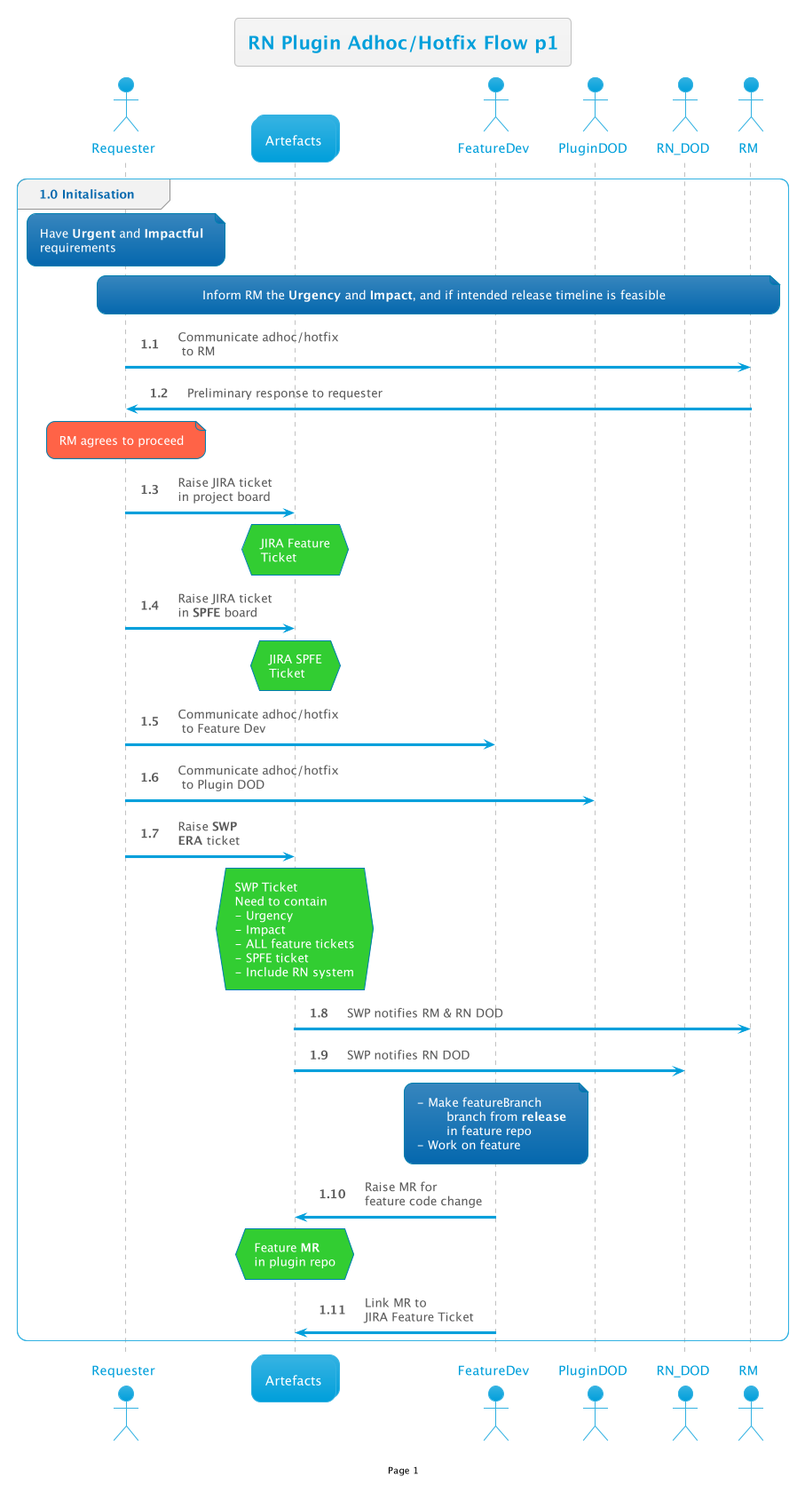
Above: out/RNReview/AdhocHotfixFlow/1/1.png in thetomitomo/diagrams (PlantUML), before the change. Its diagram source:
```plantuml
@startuml

!$AutonumStart = 1

!include __init__

group 1.0 Initalisation
    note over req: Have <b>Urgent</b> and <b>Impactful</b>\nrequirements
    note over req,RM: Inform RM the <b>Urgency</b> and <b>Impact</b>, and if intended release timeline is feasible
    req -> RM: Communicate adhoc/hotfix\n to RM
    RM -> req: Preliminary response to requester
    note over req#Tomato: RM agrees to proceed
    req -> Art : Raise JIRA ticket\nin project board
    hnote over Art#LimeGreen: JIRA Feature\nTicket

    req -> Art : Raise JIRA ticket\nin <b>SPFE</b> board
    hnote over Art#LimeGreen: JIRA SPFE\nTicket

    req -> FeatDev: Communicate adhoc/hotfix\n to Feature Dev
    req -> PluginDOD: Communicate adhoc/hotfix\n to Plugin DOD

    req -> Art : Raise <b>SWP</b>\n<b>ERA</b> ticket
    hnote over Art#LimeGreen: SWP Ticket\nNeed to contain\n- Urgency\n- Impact\n- ALL feature tickets\n- SPFE ticket\n- Include RN system
    Art -> RM : SWP notifies RM & RN DOD
    Art -> RN_DOD : SWP notifies RN DOD

    note over FeatDev: - Make featureBranch\n\tbranch from <b>release</b>\n\tin feature repo\n- Work on feature
    FeatDev -> Art: Raise MR for\nfeature code change
    hnote over Art#LimeGreen: Feature <b>MR</b>\nin plugin repo
    FeatDev -> Art: Link MR to\nJIRA Feature Ticket

end

@enduml
```
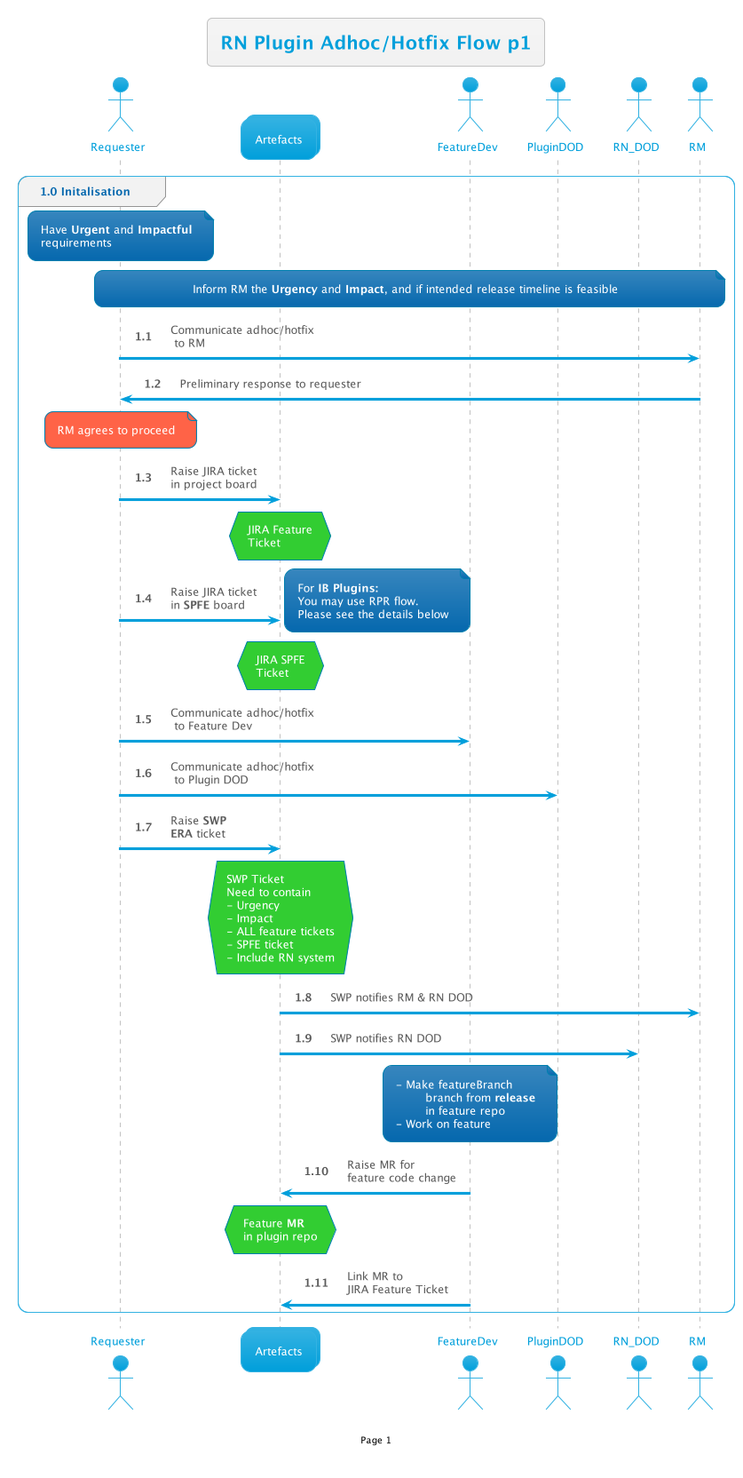
After the change.

The edit, as a diff of the source:
```diff
@@ -15,6 +15,11 @@
 
     req -> Art : Raise JIRA ticket\nin <b>SPFE</b> board
     hnote over Art#LimeGreen: JIRA SPFE\nTicket
+    note right
+        For **IB Plugins:**
+        You may use RPR flow.
+        Please see the details below
+    end note
 
     req -> FeatDev: Communicate adhoc/hotfix\n to Feature Dev
     req -> PluginDOD: Communicate adhoc/hotfix\n to Plugin DOD
```
